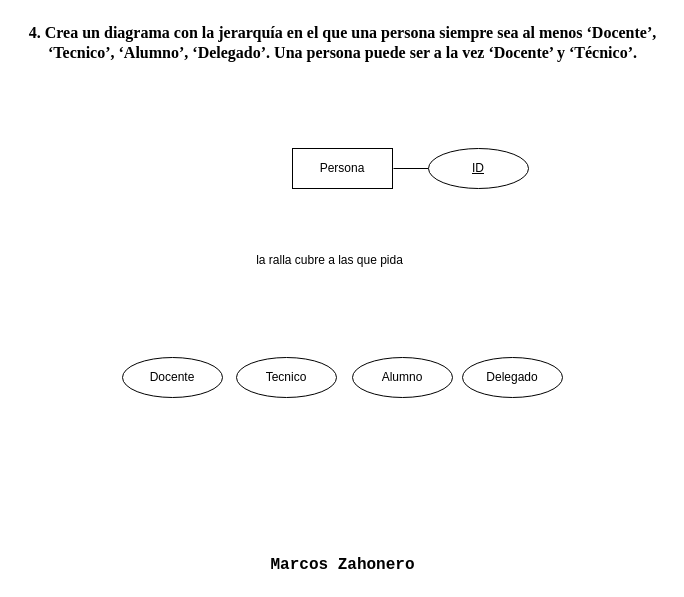
Above: page "Ejercicio 4" (3 of 8) of Task5EER_MarcosZahonero.drawio in Maek0s/1DAM_Databases (draw.io), before the change. Source tidied: cells renumbered, new cells numbered last; positions are measured from the earlier drawing's top-left corner, leaving out a move shared by most shapes. Both pictures are drawn from the tidied source at 100%, with x=0, y=0 at pixel (17, 17).
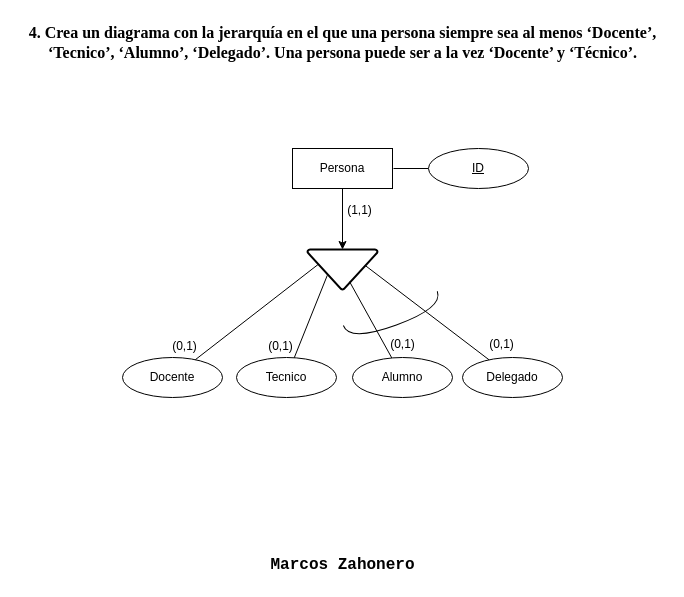
The same diagram, later.

The change refers to these unchanged cells:
```xml
<mxCell id="4" value="Persona" style="whiteSpace=wrap;html=1;align=center;" parent="1" vertex="1">
  <mxGeometry x="275" y="131" width="100" height="40" as="geometry" />
</mxCell>
<mxCell id="7" value="Docente" style="ellipse;whiteSpace=wrap;html=1;align=center;" parent="1" vertex="1">
  <mxGeometry x="105" y="340" width="100" height="40" as="geometry" />
</mxCell>
<mxCell id="8" value="Tecnico" style="ellipse;whiteSpace=wrap;html=1;align=center;" parent="1" vertex="1">
  <mxGeometry x="219" y="340" width="100" height="40" as="geometry" />
</mxCell>
<mxCell id="9" value="Alumno" style="ellipse;whiteSpace=wrap;html=1;align=center;" parent="1" vertex="1">
  <mxGeometry x="335" y="340" width="100" height="40" as="geometry" />
</mxCell>
<mxCell id="10" value="Delegado" style="ellipse;whiteSpace=wrap;html=1;align=center;" parent="1" vertex="1">
  <mxGeometry x="445" y="340" width="100" height="40" as="geometry" />
</mxCell>
```

What changed in the source:
```diff
@@
-    <mxCell id="11" value="la ralla cubre a las que pida" style="text;html=1;align=center;verticalAlign=middle;strokeColor=none;fillColor=none;" parent="1" vertex="1">
-      <mxGeometry x="227" y="228" width="170" height="30" as="geometry" />
-    </mxCell>
+    <mxCell id="12" style="strokeWidth=2;html=1;shape=mxgraph.flowchart.merge_or_storage;whiteSpace=wrap;" parent="1" vertex="1">
+      <mxGeometry x="290" y="232" width="70" height="40" as="geometry" />
+    </mxCell>
+    <mxCell id="13" style="edgeStyle=orthogonalEdgeStyle;rounded=0;jettySize=auto;html=1;entryX=0.5;entryY=0;entryDx=0;entryDy=0;entryPerimeter=0;" parent="1" edge="1" source="4" target="12">
+      <mxGeometry relative="1" as="geometry" />
+    </mxCell>
+    <mxCell id="14" style="rounded=0;jettySize=auto;html=1;entryX=0.602;entryY=0.806;entryDx=0;entryDy=0;entryPerimeter=0;endArrow=none;endFill=0;" parent="1" edge="1" source="9" target="12">
+      <mxGeometry relative="1" as="geometry" />
+    </mxCell>
+    <mxCell id="15" style="rounded=0;jettySize=auto;html=1;entryX=0.827;entryY=0.403;entryDx=0;entryDy=0;entryPerimeter=0;endArrow=none;endFill=0;" parent="1" edge="1" source="10" target="12">
+      <mxGeometry relative="1" as="geometry" />
+    </mxCell>
+    <mxCell id="16" style="rounded=0;jettySize=auto;html=1;entryX=0.283;entryY=0.645;entryDx=0;entryDy=0;entryPerimeter=0;endArrow=none;endFill=0;" parent="1" edge="1" source="8" target="12">
+      <mxGeometry relative="1" as="geometry" />
+    </mxCell>
+    <mxCell id="17" style="rounded=0;jettySize=auto;html=1;entryX=0.151;entryY=0.375;entryDx=0;entryDy=0;entryPerimeter=0;endArrow=none;endFill=0;" parent="1" edge="1" source="7" target="12">
+      <mxGeometry relative="1" as="geometry" />
+    </mxCell>
+    <mxCell id="18" style="shape=requiredInterface;html=1;verticalLabelPosition=bottom;sketch=0;rotation=70;" parent="1" vertex="1">
+      <mxGeometry x="367" y="249.2" width="17.7" height="100" as="geometry" />
+    </mxCell>
+    <mxCell id="19" value="(1,1)" style="text;html=1;align=center;verticalAlign=middle;strokeColor=none;fillColor=none;" parent="1" vertex="1">
+      <mxGeometry x="317" y="178" width="50" height="30" as="geometry" />
+    </mxCell>
+    <mxCell id="20" value="(0,1)" style="text;html=1;align=center;verticalAlign=middle;strokeColor=none;fillColor=none;" parent="1" vertex="1">
+      <mxGeometry x="459" y="312" width="50" height="30" as="geometry" />
+    </mxCell>
+    <mxCell id="21" value="(0,1)" style="text;html=1;align=center;verticalAlign=middle;strokeColor=none;fillColor=none;" parent="1" vertex="1">
+      <mxGeometry x="360" y="312" width="50" height="30" as="geometry" />
+    </mxCell>
+    <mxCell id="22" value="(0,1)" style="text;html=1;align=center;verticalAlign=middle;strokeColor=none;fillColor=none;" parent="1" vertex="1">
+      <mxGeometry x="237.7" y="314" width="50" height="30" as="geometry" />
+    </mxCell>
+    <mxCell id="23" value="(0,1)" style="text;html=1;align=center;verticalAlign=middle;strokeColor=none;fillColor=none;" parent="1" vertex="1">
+      <mxGeometry x="142" y="314" width="50" height="30" as="geometry" />
+    </mxCell>
```
